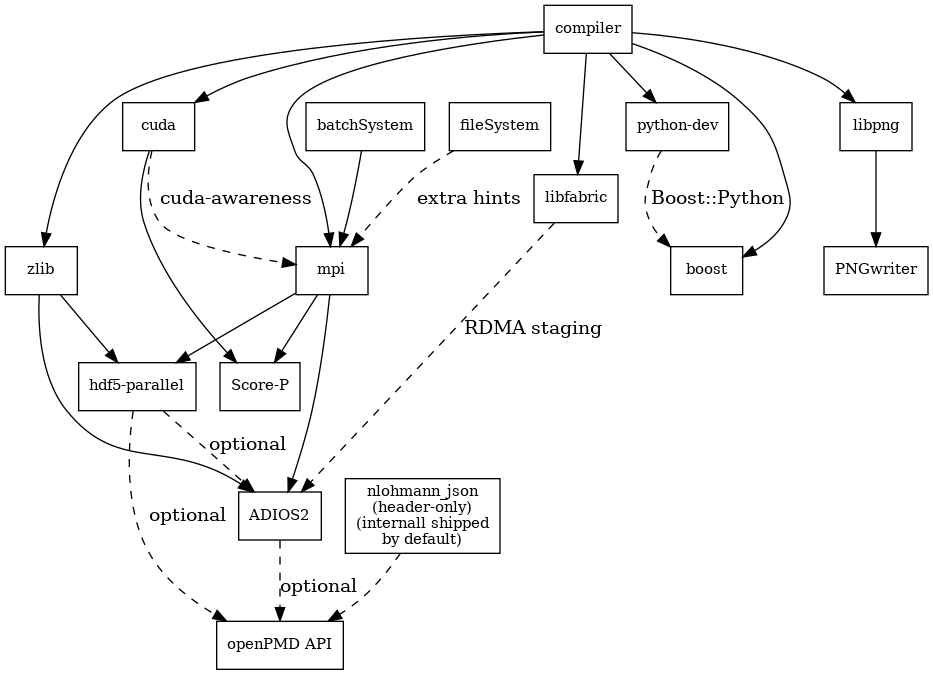
ComputationalRadiationPhysics/picongpu keeps this Graphviz diagram as libraryDependencies.png. Above is the earlier version. Its source is kept beside it as docs/source/install/libraryDependencies.dot.
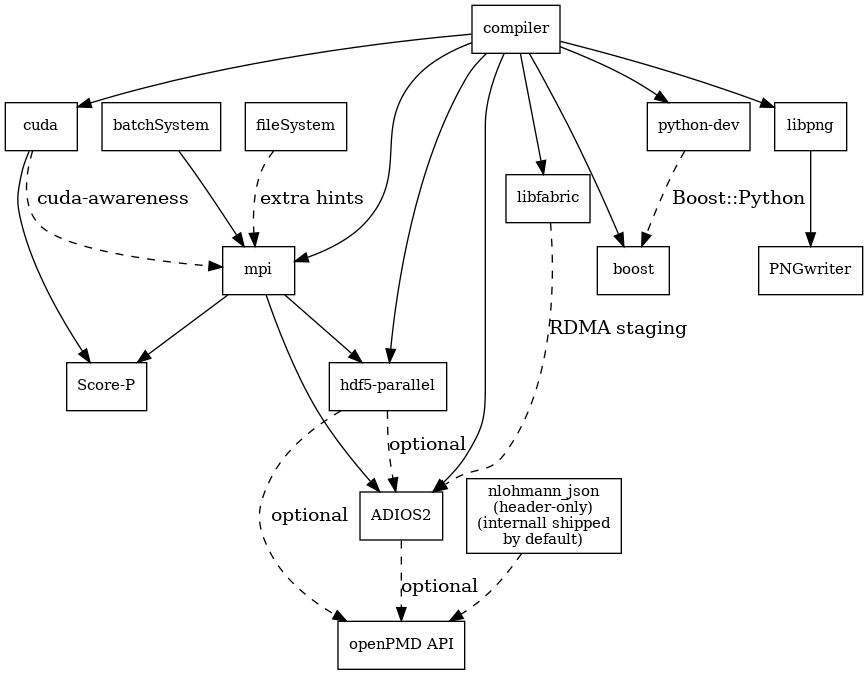
The same file after the commit.

Commit message:
Remove zlib from required dependencies in the docs

Change to the diagram source:
```diff
@@ -13,7 +13,6 @@
     compiler -> mpi;
     compiler -> boost;
     compiler -> python;
-    compiler -> zlib;
     compiler -> libpng;
 
     cuda -> mpi [style=dashed label="cuda-awareness"];
@@ -25,11 +24,11 @@
 
     hdf5 [label="hdf5-parallel"];
     mpi -> hdf5;
-    zlib -> hdf5;
+    compiler -> hdf5;
 
     adios2 [label="ADIOS2"];
     mpi -> adios2;
-    zlib -> adios2;
+    compiler -> adios2;
     hdf5 -> adios2 [style=dashed label="optional"];
     compiler -> libfabric;
     libfabric -> adios2[style=dashed label="RDMA staging"];
```
